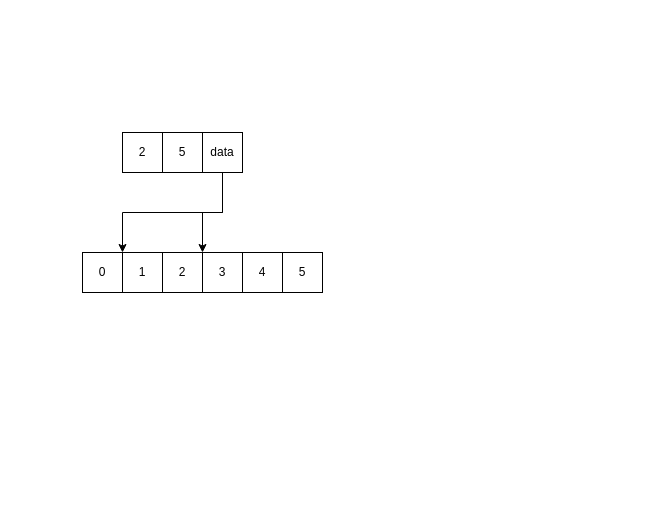
This is go.drawio from lovercode/drawio, a draw.io file, before an edit. Source tidied: cells renumbered, new cells numbered last; positions are measured from the earlier drawing's top-left corner, leaving out a move shared by most shapes. Both pictures are drawn from the tidied source at 100%, with x=0, y=0 at pixel (82, 132).
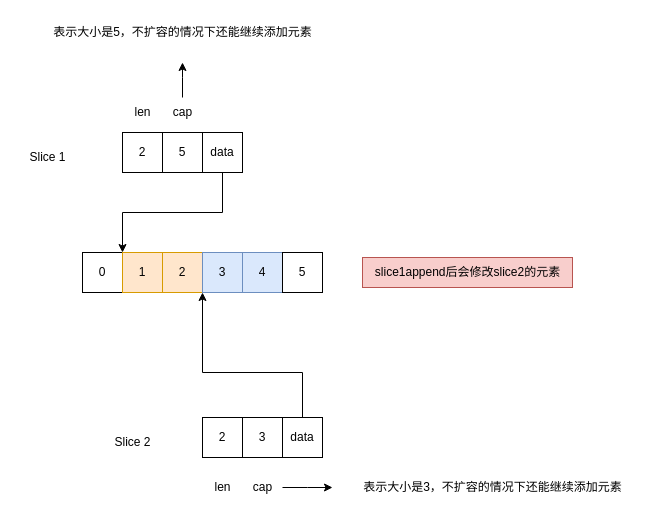
Above is the later version.

Unchanged cells that the change refers to:
```xml
<mxCell id="14" value="data" style="rounded=0;whiteSpace=wrap;html=1;" parent="1" vertex="1">
  <mxGeometry x="120" width="40" height="40" as="geometry" />
</mxCell>
```

Diff of the diagram source:
```diff
@@
-    <mxCell id="4" value="1" style="rounded=0;whiteSpace=wrap;html=1;" parent="1" vertex="1">
+    <mxCell id="4" value="1" style="rounded=0;whiteSpace=wrap;html=1;fillColor=#ffe6cc;strokeColor=#d79b00;" parent="1" vertex="1">
       <mxGeometry x="40" y="120" width="40" height="40" as="geometry" />
     </mxCell>
-    <mxCell id="5" value="2" style="rounded=0;whiteSpace=wrap;html=1;" parent="1" vertex="1">
+    <mxCell id="5" value="2" style="rounded=0;whiteSpace=wrap;html=1;fillColor=#ffe6cc;strokeColor=#d79b00;" parent="1" vertex="1">
       <mxGeometry x="80" y="120" width="40" height="40" as="geometry" />
     </mxCell>
-    <mxCell id="6" value="3" style="rounded=0;whiteSpace=wrap;html=1;" parent="1" vertex="1">
+    <mxCell id="6" value="3" style="rounded=0;whiteSpace=wrap;html=1;fillColor=#dae8fc;strokeColor=#6c8ebf;" parent="1" vertex="1">
       <mxGeometry x="120" y="120" width="40" height="40" as="geometry" />
     </mxCell>
-    <mxCell id="7" value="4" style="rounded=0;whiteSpace=wrap;html=1;" parent="1" vertex="1">
+    <mxCell id="7" value="4" style="rounded=0;whiteSpace=wrap;html=1;fillColor=#dae8fc;strokeColor=#6c8ebf;" parent="1" vertex="1">
       <mxGeometry x="160" y="120" width="40" height="40" as="geometry" />
     </mxCell>
@@
-    <mxCell id="13" style="edgeStyle=orthogonalEdgeStyle;rounded=0;jettySize=auto;html=1;exitX=0.5;exitY=1;exitDx=0;exitDy=0;entryX=0;entryY=0;entryDx=0;entryDy=0;" parent="1" edge="1" source="14" target="6">
-      <mxGeometry relative="1" as="geometry" />
-    </mxCell>
@@
+    <mxCell id="15" value="len" style="text;html=1;align=center;verticalAlign=middle;strokeColor=none;fillColor=none;" parent="1" vertex="1">
+      <mxGeometry x="40" y="-35" width="40" height="30" as="geometry" />
+    </mxCell>
+    <mxCell id="16" style="edgeStyle=orthogonalEdgeStyle;rounded=0;jettySize=auto;html=1;" parent="1" edge="1" source="17">
+      <mxGeometry relative="1" as="geometry">
+        <mxPoint x="100" y="-70" as="targetPoint" />
+      </mxGeometry>
+    </mxCell>
+    <mxCell id="17" value="cap" style="text;html=1;align=center;verticalAlign=middle;points=[];strokeColor=none;fillColor=none;" parent="1" vertex="1">
+      <mxGeometry x="80" y="-35" width="40" height="30" as="geometry" />
+    </mxCell>
+    <mxCell id="18" value="表示大小是5，不扩容的情况下还能继续添加元素" style="text;html=1;align=center;verticalAlign=middle;strokeColor=none;fillColor=none;" parent="1" vertex="1">
+      <mxGeometry x="-40" y="-115" width="280" height="30" as="geometry" />
+    </mxCell>
+    <mxCell id="19" style="rounded=0;whiteSpace=wrap;html=1;" parent="1" vertex="1">
+      <mxGeometry x="120" y="285" width="120" height="40" as="geometry" />
+    </mxCell>
+    <mxCell id="20" value="2" style="rounded=0;whiteSpace=wrap;html=1;" parent="1" vertex="1">
+      <mxGeometry x="120" y="285" width="40" height="40" as="geometry" />
+    </mxCell>
+    <mxCell id="21" value="3" style="rounded=0;whiteSpace=wrap;html=1;" parent="1" vertex="1">
+      <mxGeometry x="160" y="285" width="40" height="40" as="geometry" />
+    </mxCell>
+    <mxCell id="22" style="edgeStyle=orthogonalEdgeStyle;rounded=0;jettySize=auto;html=1;exitX=0.5;exitY=0;exitDx=0;exitDy=0;entryX=0;entryY=1;entryDx=0;entryDy=0;" parent="1" edge="1" source="23" target="6">
+      <mxGeometry relative="1" as="geometry">
+        <Array as="points">
+          <mxPoint x="220" y="240" />
+          <mxPoint x="120" y="240" />
+        </Array>
+      </mxGeometry>
+    </mxCell>
+    <mxCell id="23" value="data" style="rounded=0;whiteSpace=wrap;html=1;" parent="1" vertex="1">
+      <mxGeometry x="200" y="285" width="40" height="40" as="geometry" />
+    </mxCell>
+    <mxCell id="24" value="len" style="text;html=1;align=center;verticalAlign=middle;strokeColor=none;fillColor=none;" parent="1" vertex="1">
+      <mxGeometry x="120" y="340" width="40" height="30" as="geometry" />
+    </mxCell>
+    <mxCell id="25" style="edgeStyle=orthogonalEdgeStyle;rounded=0;jettySize=auto;html=1;" parent="1" edge="1" source="26">
+      <mxGeometry relative="1" as="geometry">
+        <mxPoint x="250" y="355" as="targetPoint" />
+      </mxGeometry>
+    </mxCell>
+    <mxCell id="26" value="cap" style="text;html=1;align=center;verticalAlign=middle;points=[];strokeColor=none;fillColor=none;" parent="1" vertex="1">
+      <mxGeometry x="160" y="340" width="40" height="30" as="geometry" />
+    </mxCell>
+    <mxCell id="27" value="表示大小是3，不扩容的情况下还能继续添加元素" style="text;html=1;align=center;verticalAlign=middle;strokeColor=none;fillColor=none;" parent="1" vertex="1">
+      <mxGeometry x="270" y="340" width="280" height="30" as="geometry" />
+    </mxCell>
+    <mxCell id="28" value="Slice 1" style="text;html=1;align=center;verticalAlign=middle;strokeColor=none;fillColor=none;" parent="1" vertex="1">
+      <mxGeometry x="-65" y="10" width="60" height="30" as="geometry" />
+    </mxCell>
+    <mxCell id="29" value="Slice 2" style="text;html=1;align=center;verticalAlign=middle;strokeColor=none;fillColor=none;" parent="1" vertex="1">
+      <mxGeometry x="20" y="295" width="60" height="30" as="geometry" />
+    </mxCell>
+    <mxCell id="30" value="slice1append后会修改slice2的元素" style="text;html=1;align=center;verticalAlign=middle;strokeColor=#b85450;fillColor=#f8cecc;" parent="1" vertex="1">
+      <mxGeometry x="280" y="125" width="210" height="30" as="geometry" />
+    </mxCell>
```
